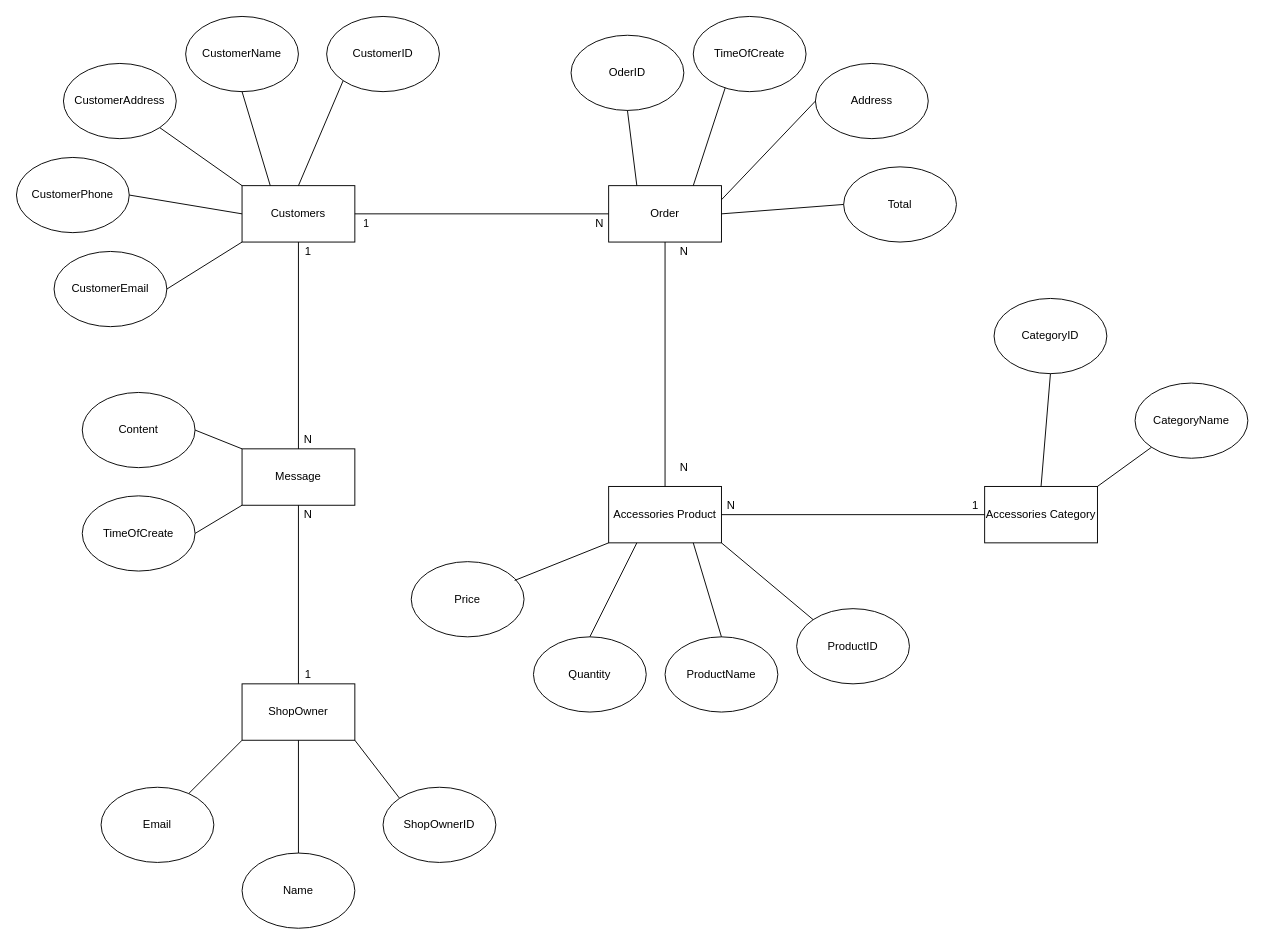
Above: 02_ASM_SWE102/Untitled Diagram.drawio in caoquy2000/AsmSWE102-PTOnline-PhotographerOnline (draw.io), before the change. Source tidied: cells renumbered, new cells numbered last; positions are measured from the earlier drawing's top-left corner, leaving out a move shared by most shapes. Both pictures are drawn from the tidied source at 94%, with x=0, y=0 at pixel (16, 16).
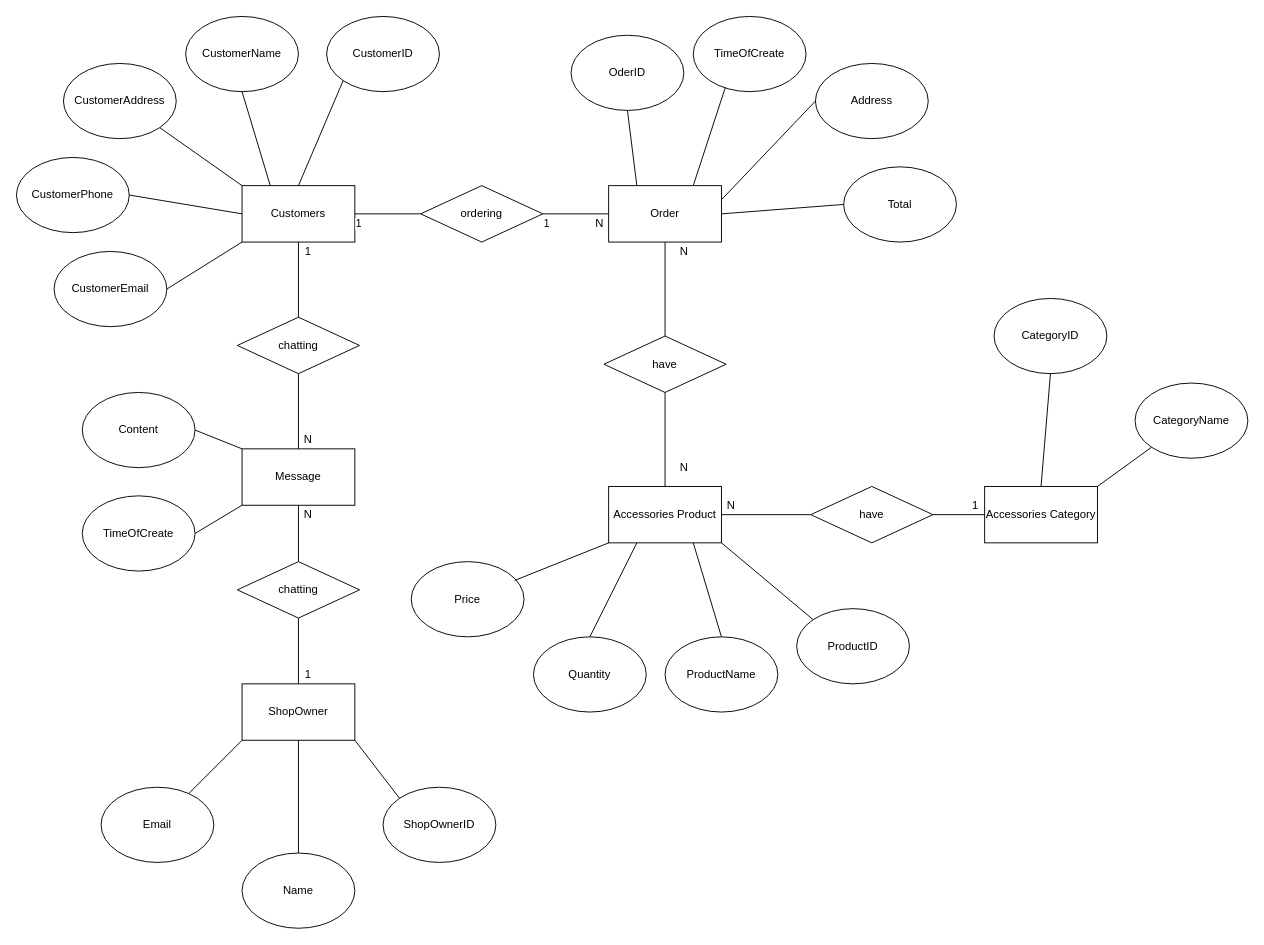
The same page after the edit.

The change refers to these unchanged cells:
```xml
<mxCell id="2" value="Accessories Product" style="rounded=0;whiteSpace=wrap;html=1;" parent="1" vertex="1">
  <mxGeometry x="630" y="500" width="120" height="60" as="geometry" />
</mxCell>
<mxCell id="3" value="Accessories Category" style="rounded=0;whiteSpace=wrap;html=1;" parent="1" vertex="1">
  <mxGeometry x="1030" y="500" width="120" height="60" as="geometry" />
</mxCell>
<mxCell id="4" value="Order" style="rounded=0;whiteSpace=wrap;html=1;" parent="1" vertex="1">
  <mxGeometry x="630" y="180" width="120" height="60" as="geometry" />
</mxCell>
<mxCell id="5" value="Customers" style="rounded=0;whiteSpace=wrap;html=1;" parent="1" vertex="1">
  <mxGeometry x="240" y="180" width="120" height="60" as="geometry" />
</mxCell>
<mxCell id="6" value="ShopOwner" style="rounded=0;whiteSpace=wrap;html=1;" parent="1" vertex="1">
  <mxGeometry x="240" y="710" width="120" height="60" as="geometry" />
</mxCell>
<mxCell id="7" value="Message" style="rounded=0;whiteSpace=wrap;html=1;" parent="1" vertex="1">
  <mxGeometry x="240" y="460" width="120" height="60" as="geometry" />
</mxCell>
```

Diff of the diagram source:
```diff
@@
-    <mxCell id="8" style="endArrow=none;html=1;exitX=1;exitY=0.5;exitDx=0;exitDy=0;entryX=0;entryY=0.5;entryDx=0;entryDy=0;" parent="1" edge="1" source="5" target="4">
+    <mxCell id="8" style="endArrow=none;html=1;exitX=1;exitY=0.5;exitDx=0;exitDy=0;entryX=0;entryY=0.5;entryDx=0;entryDy=0;" parent="1" edge="1" source="63" target="4">
       <mxGeometry relative="1" as="geometry" />
     </mxCell>
@@
-    <mxCell id="10" style="endArrow=none;html=1;entryX=0;entryY=0.5;entryDx=0;entryDy=0;exitX=1;exitY=0.5;exitDx=0;exitDy=0;" parent="1" edge="1" source="2" target="3">
+    <mxCell id="10" style="endArrow=none;html=1;entryX=0;entryY=0.5;entryDx=0;entryDy=0;exitX=1;exitY=0.5;exitDx=0;exitDy=0;" parent="1" edge="1" source="70" target="3">
       <mxGeometry relative="1" as="geometry" />
     </mxCell>
@@
-    <mxCell id="13" style="endArrow=none;html=1;exitX=0.5;exitY=1;exitDx=0;exitDy=0;entryX=0.5;entryY=0;entryDx=0;entryDy=0;" parent="1" edge="1" source="7" target="6">
+    <mxCell id="13" style="endArrow=none;html=1;exitX=0.5;exitY=1;exitDx=0;exitDy=0;entryX=0.5;entryY=0;entryDx=0;entryDy=0;" parent="1" edge="1" source="67" target="6">
       <mxGeometry relative="1" as="geometry" />
     </mxCell>
@@
+    <mxCell id="63" value="ordering" style="rhombus;whiteSpace=wrap;html=1;" parent="1" vertex="1">
+      <mxGeometry x="430" y="180" width="130" height="60" as="geometry" />
+    </mxCell>
+    <mxCell id="64" style="endArrow=none;html=1;exitX=1;exitY=0.5;exitDx=0;exitDy=0;entryX=0;entryY=0.5;entryDx=0;entryDy=0;" parent="1" edge="1" source="5" target="63">
+      <mxGeometry relative="1" as="geometry" />
+    </mxCell>
+    <mxCell id="65" value="1" style="edgeLabel;html=1;align=center;verticalAlign=middle;" parent="64" vertex="1">
+      <mxGeometry x="-0.92" y="-1" relative="1" as="geometry">
+        <mxPoint y="9" as="offset" />
+      </mxGeometry>
+    </mxCell>
+    <mxCell id="66" value="chatting" style="rhombus;whiteSpace=wrap;html=1;" parent="1" vertex="1">
+      <mxGeometry x="235" y="320" width="130" height="60" as="geometry" />
+    </mxCell>
+    <mxCell id="67" value="chatting" style="rhombus;whiteSpace=wrap;html=1;" parent="1" vertex="1">
+      <mxGeometry x="235" y="580" width="130" height="60" as="geometry" />
+    </mxCell>
+    <mxCell id="68" style="endArrow=none;html=1;exitX=0.5;exitY=1;exitDx=0;exitDy=0;entryX=0.5;entryY=0;entryDx=0;entryDy=0;" parent="1" edge="1" source="7" target="67">
+      <mxGeometry relative="1" as="geometry" />
+    </mxCell>
+    <mxCell id="69" value="have" style="rhombus;whiteSpace=wrap;html=1;" parent="1" vertex="1">
+      <mxGeometry x="625" y="340" width="130" height="60" as="geometry" />
+    </mxCell>
+    <mxCell id="70" value="have" style="rhombus;whiteSpace=wrap;html=1;" parent="1" vertex="1">
+      <mxGeometry x="845" y="500" width="130" height="60" as="geometry" />
+    </mxCell>
+    <mxCell id="71" style="endArrow=none;html=1;entryX=0;entryY=0.5;entryDx=0;entryDy=0;exitX=1;exitY=0.5;exitDx=0;exitDy=0;" parent="1" edge="1" source="2" target="70">
+      <mxGeometry relative="1" as="geometry" />
+    </mxCell>
```
